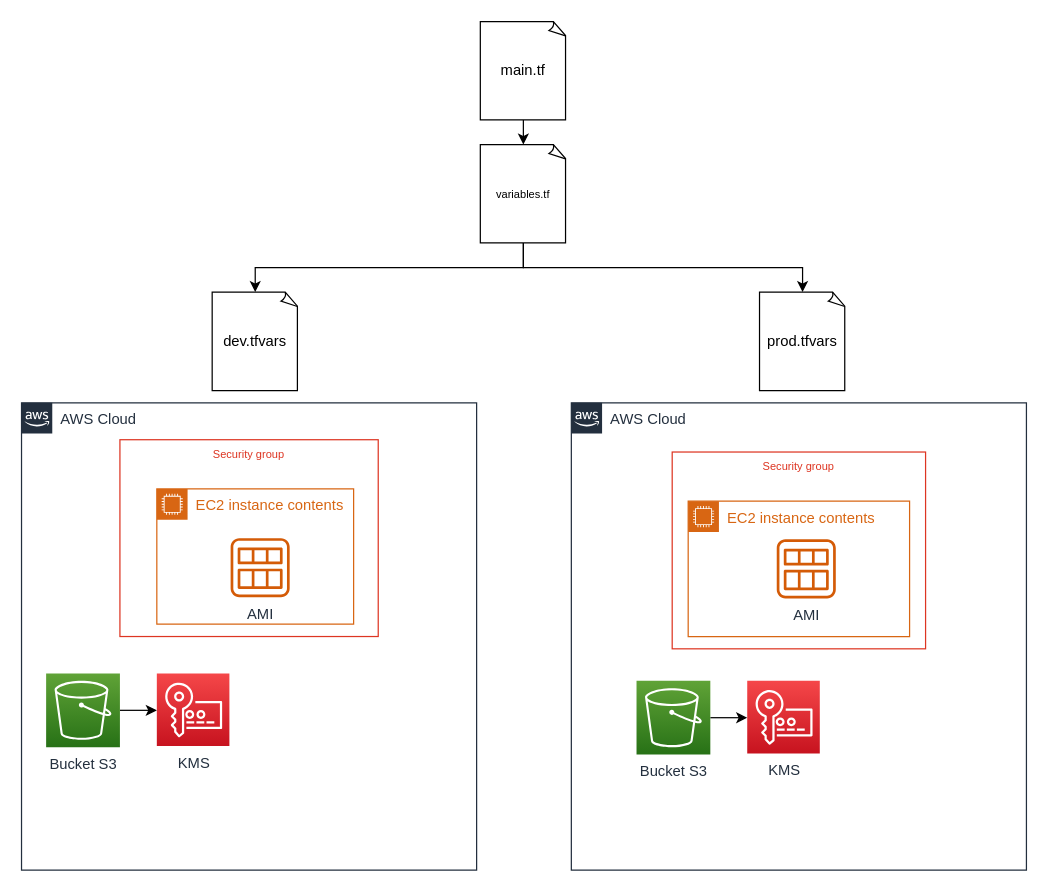
This is Untitled Diagram.drawio from bramdonmurillos/RobinFood, a draw.io file, before an edit. Source tidied: cells renumbered, new cells numbered last; positions are measured from the earlier drawing's top-left corner, leaving out a move shared by most shapes. Both pictures are drawn from the tidied source at 123%, with x=0, y=0 at pixel (21, 21).
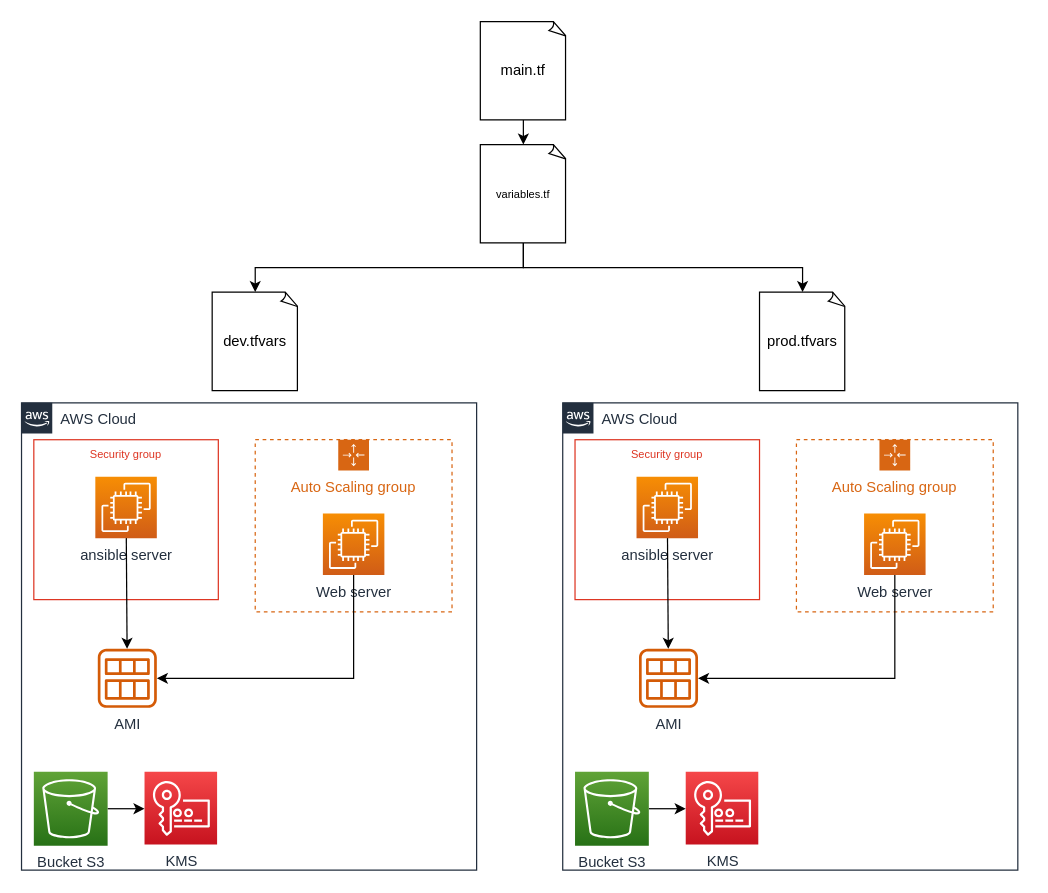
After the change.

Unchanged cells that the change refers to:
```xml
<mxCell id="9" value="AWS Cloud" style="gradientColor=none;html=1;whiteSpace=wrap;fontSize=12;fontStyle=0;shape=mxgraph.aws4.group;grIcon=mxgraph.aws4.group_aws_cloud_alt;strokeColor=#232F3E;fillColor=none;verticalAlign=top;align=left;spacingLeft=30;fontColor=#232F3E;dashed=0;" parent="1" vertex="1">
  <mxGeometry y="310" width="370" height="380" as="geometry" />
</mxCell>
```

Diff of the diagram source:
```diff
@@
     <mxCell id="10" value="Security group" style="fillColor=none;strokeColor=#DD3522;verticalAlign=top;fontStyle=0;fontColor=#DD3522;fontSize=9;" parent="9" vertex="1">
-      <mxGeometry x="80" y="30" width="210" height="160" as="geometry" />
+      <mxGeometry x="10" y="30" width="150" height="130" as="geometry" />
     </mxCell>
-    <mxCell id="11" value="EC2 instance contents" style="gradientColor=none;html=1;whiteSpace=wrap;fontSize=12;fontStyle=0;shape=mxgraph.aws4.group;grIcon=mxgraph.aws4.group_ec2_instance_contents;strokeColor=#D86613;fillColor=none;verticalAlign=top;align=left;spacingLeft=30;fontColor=#D86613;dashed=0;" parent="9" vertex="1">
-      <mxGeometry x="110" y="70" width="160" height="110" as="geometry" />
-    </mxCell>
     <mxCell id="12" value="AMI" style="sketch=0;outlineConnect=0;fontColor=#232F3E;gradientColor=none;fillColor=#D45B07;strokeColor=none;dashed=0;verticalLabelPosition=bottom;verticalAlign=top;align=center;html=1;fontSize=12;fontStyle=0;shape=mxgraph.aws4.ami;" parent="9" vertex="1">
-      <mxGeometry x="170" y="110" width="48" height="48" as="geometry" />
+      <mxGeometry x="62" y="200" width="48" height="48" as="geometry" />
     </mxCell>
     <mxCell id="13" value="KMS" style="sketch=0;points=[[0,0,0],[0.25,0,0],[0.5,0,0],[0.75,0,0],[1,0,0],[0,1,0],[0.25,1,0],[0.5,1,0],[0.75,1,0],[1,1,0],[0,0.25,0],[0,0.5,0],[0,0.75,0],[1,0.25,0],[1,0.5,0],[1,0.75,0]];outlineConnect=0;fontColor=#232F3E;gradientColor=#F54749;gradientDirection=north;fillColor=#C7131F;strokeColor=#ffffff;dashed=0;verticalLabelPosition=bottom;verticalAlign=top;align=center;html=1;fontSize=12;fontStyle=0;shape=mxgraph.aws4.resourceIcon;resIcon=mxgraph.aws4.key_management_service;" parent="9" vertex="1">
-      <mxGeometry x="110" y="220" width="59" height="59" as="geometry" />
+      <mxGeometry x="100" y="300" width="59" height="59" as="geometry" />
     </mxCell>
@@
     <mxCell id="15" value="Bucket S3" style="sketch=0;points=[[0,0,0],[0.25,0,0],[0.5,0,0],[0.75,0,0],[1,0,0],[0,1,0],[0.25,1,0],[0.5,1,0],[0.75,1,0],[1,1,0],[0,0.25,0],[0,0.5,0],[0,0.75,0],[1,0.25,0],[1,0.5,0],[1,0.75,0]];outlineConnect=0;fontColor=#232F3E;gradientColor=#60A337;gradientDirection=north;fillColor=#277116;strokeColor=#ffffff;dashed=0;verticalLabelPosition=bottom;verticalAlign=top;align=center;html=1;fontSize=12;fontStyle=0;shape=mxgraph.aws4.resourceIcon;resIcon=mxgraph.aws4.s3;" parent="9" vertex="1">
-      <mxGeometry x="20" y="220" width="60" height="60" as="geometry" />
+      <mxGeometry x="10" y="300" width="60" height="60" as="geometry" />
     </mxCell>
+    <mxCell id="23" value="ansible server" style="sketch=0;points=[[0,0,0],[0.25,0,0],[0.5,0,0],[0.75,0,0],[1,0,0],[0,1,0],[0.25,1,0],[0.5,1,0],[0.75,1,0],[1,1,0],[0,0.25,0],[0,0.5,0],[0,0.75,0],[1,0.25,0],[1,0.5,0],[1,0.75,0]];outlineConnect=0;fontColor=#232F3E;gradientColor=#F78E04;gradientDirection=north;fillColor=#D05C17;strokeColor=#ffffff;dashed=0;verticalLabelPosition=bottom;verticalAlign=top;align=center;html=1;fontSize=12;fontStyle=0;shape=mxgraph.aws4.resourceIcon;resIcon=mxgraph.aws4.ec2;" parent="9" vertex="1">
+      <mxGeometry x="60" y="60" width="50" height="50" as="geometry" />
+    </mxCell>
+    <mxCell id="24" value="Auto Scaling group" style="gradientColor=none;html=1;whiteSpace=wrap;fontSize=12;fontStyle=0;shape=mxgraph.aws4.groupCenter;grIcon=mxgraph.aws4.group_auto_scaling_group;grStroke=1;strokeColor=#D86613;fillColor=none;verticalAlign=top;align=center;fontColor=#D86613;dashed=1;spacingTop=25;" parent="9" vertex="1">
+      <mxGeometry x="190" y="30" width="160" height="140" as="geometry" />
+    </mxCell>
+    <mxCell id="25" value="Web server" style="sketch=0;points=[[0,0,0],[0.25,0,0],[0.5,0,0],[0.75,0,0],[1,0,0],[0,1,0],[0.25,1,0],[0.5,1,0],[0.75,1,0],[1,1,0],[0,0.25,0],[0,0.5,0],[0,0.75,0],[1,0.25,0],[1,0.5,0],[1,0.75,0]];outlineConnect=0;fontColor=#232F3E;gradientColor=#F78E04;gradientDirection=north;fillColor=#D05C17;strokeColor=#ffffff;dashed=0;verticalLabelPosition=bottom;verticalAlign=top;align=center;html=1;fontSize=12;fontStyle=0;shape=mxgraph.aws4.resourceIcon;resIcon=mxgraph.aws4.ec2;" parent="24" vertex="1">
+      <mxGeometry x="55" y="60" width="50" height="50" as="geometry" />
+    </mxCell>
+    <mxCell id="26" style="endArrow=classic;html=1;rounded=0;fontSize=9;" parent="9" edge="1" source="23" target="12">
+      <mxGeometry relative="1" as="geometry" />
+    </mxCell>
+    <mxCell id="27" style="endArrow=classic;html=1;rounded=0;fontSize=9;" parent="9" edge="1" source="25" target="12">
+      <mxGeometry relative="1" as="geometry">
+        <Array as="points">
+          <mxPoint x="270" y="224" />
+        </Array>
+      </mxGeometry>
+    </mxCell>
     <mxCell id="16" value="AWS Cloud" style="gradientColor=none;html=1;whiteSpace=wrap;fontSize=12;fontStyle=0;shape=mxgraph.aws4.group;grIcon=mxgraph.aws4.group_aws_cloud_alt;strokeColor=#232F3E;fillColor=none;verticalAlign=top;align=left;spacingLeft=30;fontColor=#232F3E;dashed=0;" parent="1" vertex="1">
-      <mxGeometry x="447" y="310" width="370" height="380" as="geometry" />
+      <mxGeometry x="440" y="310" width="370" height="380" as="geometry" />
     </mxCell>
     <mxCell id="17" value="Security group" style="fillColor=none;strokeColor=#DD3522;verticalAlign=top;fontStyle=0;fontColor=#DD3522;fontSize=9;" parent="16" vertex="1">
-      <mxGeometry x="82" y="40" width="206" height="160" as="geometry" />
+      <mxGeometry x="10" y="30" width="150" height="130" as="geometry" />
     </mxCell>
-    <mxCell id="18" value="EC2 instance contents" style="gradientColor=none;html=1;whiteSpace=wrap;fontSize=12;fontStyle=0;shape=mxgraph.aws4.group;grIcon=mxgraph.aws4.group_ec2_instance_contents;strokeColor=#D86613;fillColor=none;verticalAlign=top;align=left;spacingLeft=30;fontColor=#D86613;dashed=0;" parent="16" vertex="1">
-      <mxGeometry x="95" y="80" width="180" height="110" as="geometry" />
-    </mxCell>
+    <mxCell id="21" value="AMI" style="sketch=0;outlineConnect=0;fontColor=#232F3E;gradientColor=none;fillColor=#D45B07;strokeColor=none;dashed=0;verticalLabelPosition=bottom;verticalAlign=top;align=center;html=1;fontSize=12;fontStyle=0;shape=mxgraph.aws4.ami;" parent="16" vertex="1">
+      <mxGeometry x="62" y="200" width="48" height="48" as="geometry" />
+    </mxCell>
+    <mxCell id="22" value="KMS" style="sketch=0;points=[[0,0,0],[0.25,0,0],[0.5,0,0],[0.75,0,0],[1,0,0],[0,1,0],[0.25,1,0],[0.5,1,0],[0.75,1,0],[1,1,0],[0,0.25,0],[0,0.5,0],[0,0.75,0],[1,0.25,0],[1,0.5,0],[1,0.75,0]];outlineConnect=0;fontColor=#232F3E;gradientColor=#F54749;gradientDirection=north;fillColor=#C7131F;strokeColor=#ffffff;dashed=0;verticalLabelPosition=bottom;verticalAlign=top;align=center;html=1;fontSize=12;fontStyle=0;shape=mxgraph.aws4.resourceIcon;resIcon=mxgraph.aws4.key_management_service;" parent="16" vertex="1">
+      <mxGeometry x="100" y="300" width="59" height="59" as="geometry" />
+    </mxCell>
@@
     <mxCell id="20" value="Bucket S3" style="sketch=0;points=[[0,0,0],[0.25,0,0],[0.5,0,0],[0.75,0,0],[1,0,0],[0,1,0],[0.25,1,0],[0.5,1,0],[0.75,1,0],[1,1,0],[0,0.25,0],[0,0.5,0],[0,0.75,0],[1,0.25,0],[1,0.5,0],[1,0.75,0]];outlineConnect=0;fontColor=#232F3E;gradientColor=#60A337;gradientDirection=north;fillColor=#277116;strokeColor=#ffffff;dashed=0;verticalLabelPosition=bottom;verticalAlign=top;align=center;html=1;fontSize=12;fontStyle=0;shape=mxgraph.aws4.resourceIcon;resIcon=mxgraph.aws4.s3;" parent="16" vertex="1">
-      <mxGeometry x="53" y="226" width="60" height="60" as="geometry" />
+      <mxGeometry x="10" y="300" width="60" height="60" as="geometry" />
     </mxCell>
-    <mxCell id="21" value="AMI" style="sketch=0;outlineConnect=0;fontColor=#232F3E;gradientColor=none;fillColor=#D45B07;strokeColor=none;dashed=0;verticalLabelPosition=bottom;verticalAlign=top;align=center;html=1;fontSize=12;fontStyle=0;shape=mxgraph.aws4.ami;" parent="16" vertex="1">
-      <mxGeometry x="167" y="111" width="48" height="48" as="geometry" />
-    </mxCell>
-    <mxCell id="22" value="KMS" style="sketch=0;points=[[0,0,0],[0.25,0,0],[0.5,0,0],[0.75,0,0],[1,0,0],[0,1,0],[0.25,1,0],[0.5,1,0],[0.75,1,0],[1,1,0],[0,0.25,0],[0,0.5,0],[0,0.75,0],[1,0.25,0],[1,0.5,0],[1,0.75,0]];outlineConnect=0;fontColor=#232F3E;gradientColor=#F54749;gradientDirection=north;fillColor=#C7131F;strokeColor=#ffffff;dashed=0;verticalLabelPosition=bottom;verticalAlign=top;align=center;html=1;fontSize=12;fontStyle=0;shape=mxgraph.aws4.resourceIcon;resIcon=mxgraph.aws4.key_management_service;" parent="16" vertex="1">
-      <mxGeometry x="143" y="226" width="59" height="59" as="geometry" />
-    </mxCell>
+    <mxCell id="28" value="ansible server" style="sketch=0;points=[[0,0,0],[0.25,0,0],[0.5,0,0],[0.75,0,0],[1,0,0],[0,1,0],[0.25,1,0],[0.5,1,0],[0.75,1,0],[1,1,0],[0,0.25,0],[0,0.5,0],[0,0.75,0],[1,0.25,0],[1,0.5,0],[1,0.75,0]];outlineConnect=0;fontColor=#232F3E;gradientColor=#F78E04;gradientDirection=north;fillColor=#D05C17;strokeColor=#ffffff;dashed=0;verticalLabelPosition=bottom;verticalAlign=top;align=center;html=1;fontSize=12;fontStyle=0;shape=mxgraph.aws4.resourceIcon;resIcon=mxgraph.aws4.ec2;" parent="16" vertex="1">
+      <mxGeometry x="60" y="60" width="50" height="50" as="geometry" />
+    </mxCell>
+    <mxCell id="29" value="Auto Scaling group" style="gradientColor=none;html=1;whiteSpace=wrap;fontSize=12;fontStyle=0;shape=mxgraph.aws4.groupCenter;grIcon=mxgraph.aws4.group_auto_scaling_group;grStroke=1;strokeColor=#D86613;fillColor=none;verticalAlign=top;align=center;fontColor=#D86613;dashed=1;spacingTop=25;" parent="16" vertex="1">
+      <mxGeometry x="190" y="30" width="160" height="140" as="geometry" />
+    </mxCell>
+    <mxCell id="30" value="Web server" style="sketch=0;points=[[0,0,0],[0.25,0,0],[0.5,0,0],[0.75,0,0],[1,0,0],[0,1,0],[0.25,1,0],[0.5,1,0],[0.75,1,0],[1,1,0],[0,0.25,0],[0,0.5,0],[0,0.75,0],[1,0.25,0],[1,0.5,0],[1,0.75,0]];outlineConnect=0;fontColor=#232F3E;gradientColor=#F78E04;gradientDirection=north;fillColor=#D05C17;strokeColor=#ffffff;dashed=0;verticalLabelPosition=bottom;verticalAlign=top;align=center;html=1;fontSize=12;fontStyle=0;shape=mxgraph.aws4.resourceIcon;resIcon=mxgraph.aws4.ec2;" parent="29" vertex="1">
+      <mxGeometry x="55" y="60" width="50" height="50" as="geometry" />
+    </mxCell>
+    <mxCell id="31" style="endArrow=classic;html=1;rounded=0;fontSize=9;" parent="16" edge="1" source="28" target="21">
+      <mxGeometry relative="1" as="geometry" />
+    </mxCell>
+    <mxCell id="32" style="endArrow=classic;html=1;rounded=0;fontSize=9;" parent="16" edge="1" source="30" target="21">
+      <mxGeometry relative="1" as="geometry">
+        <Array as="points">
+          <mxPoint x="270" y="224" />
+        </Array>
+      </mxGeometry>
+    </mxCell>
```
